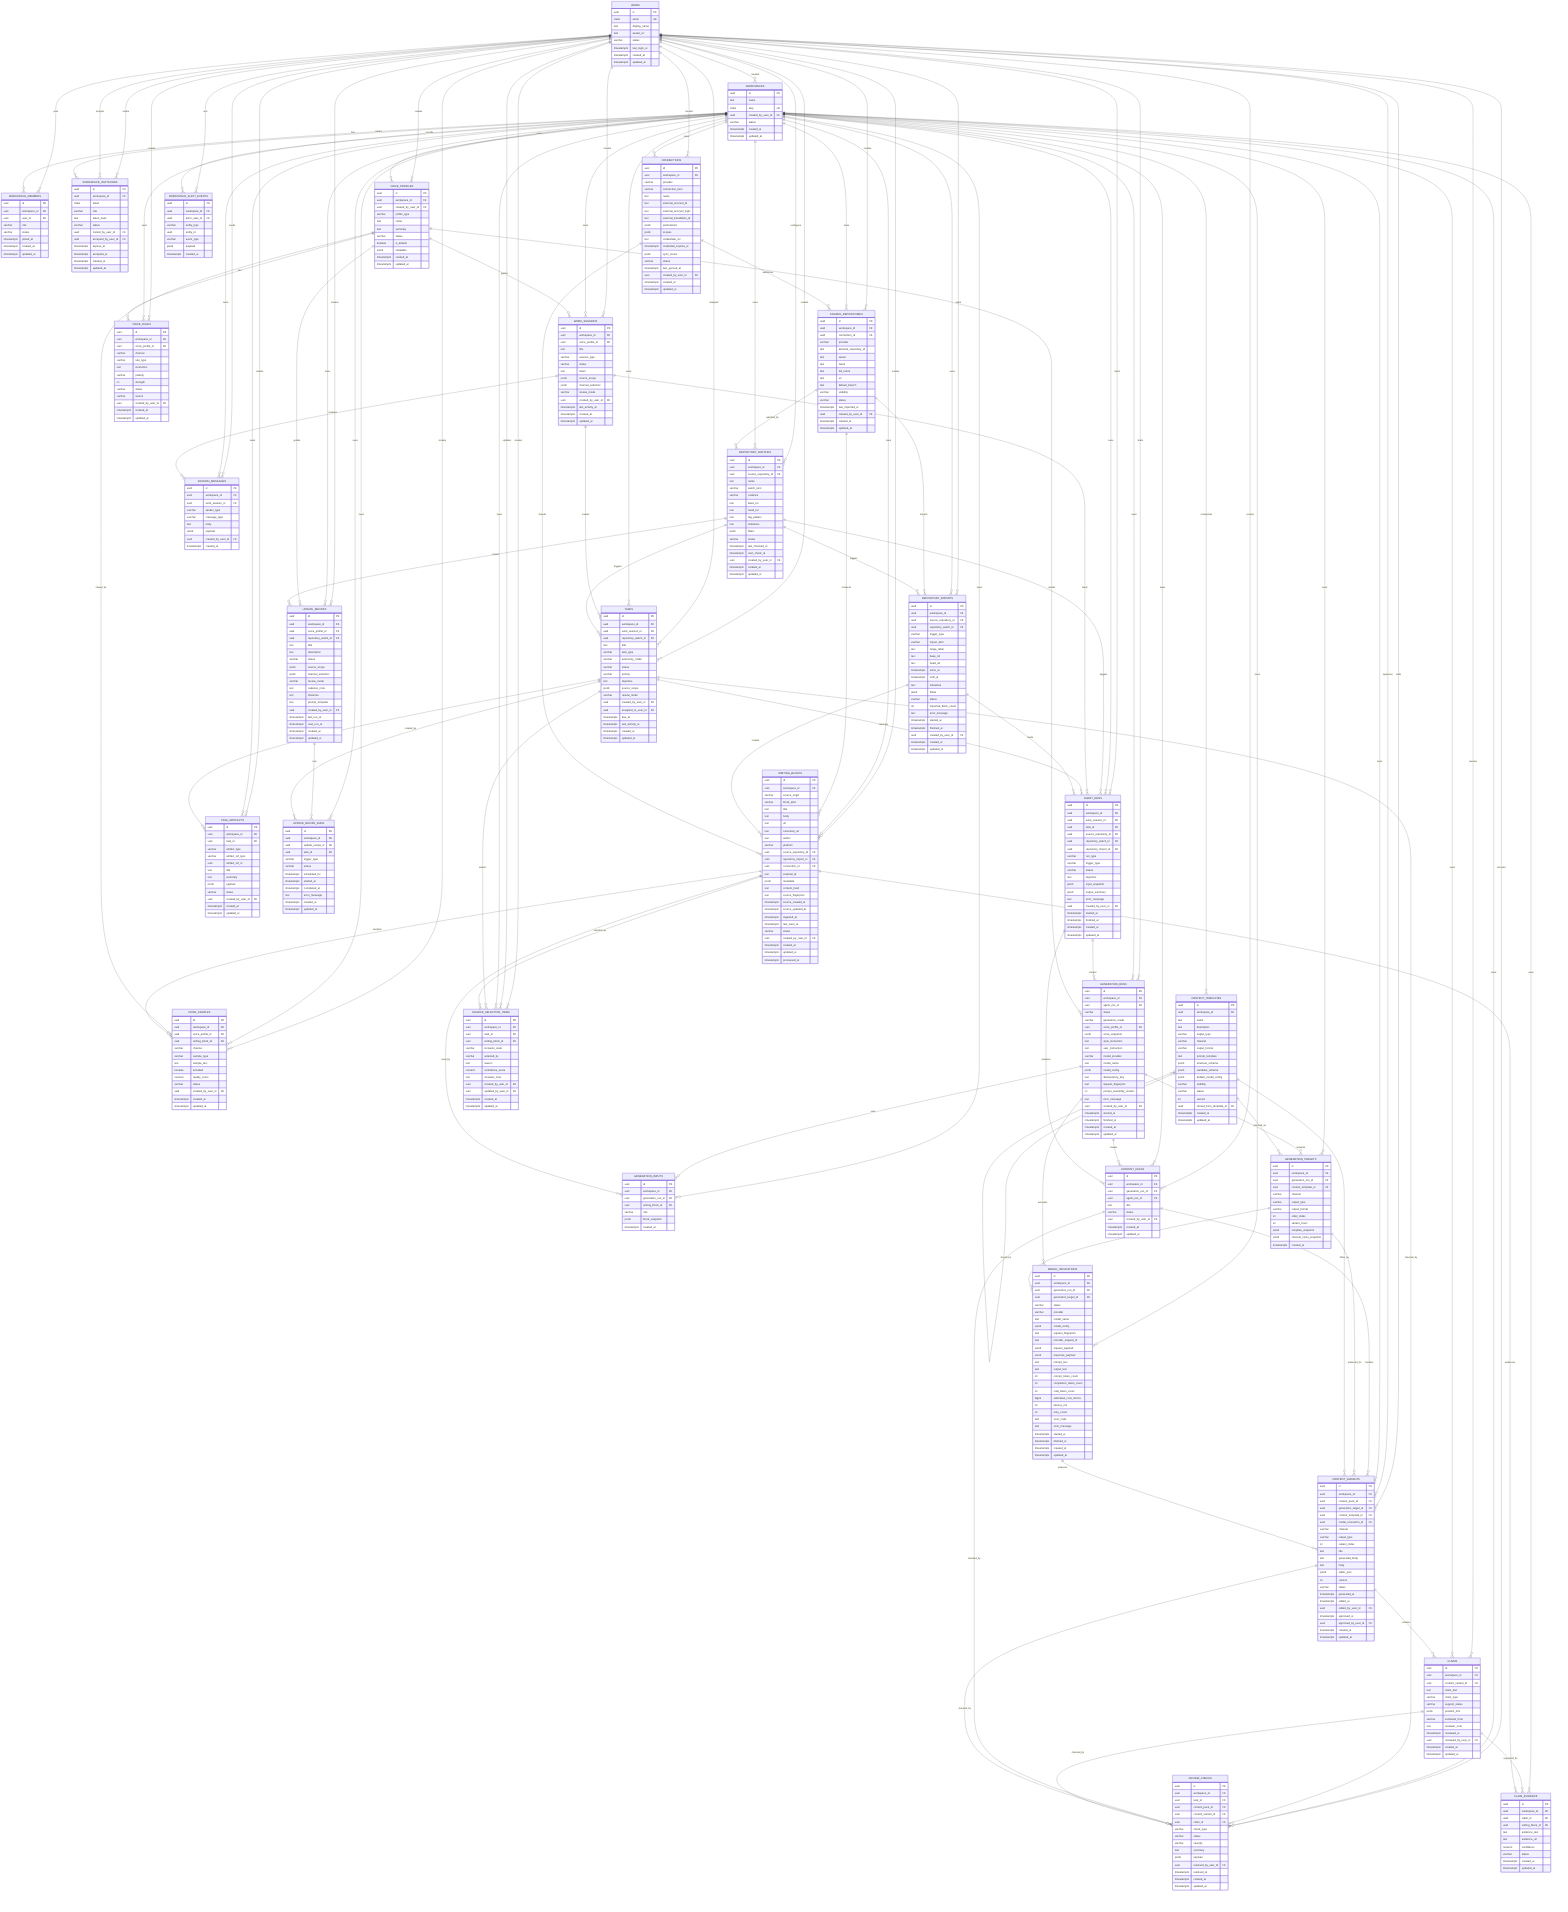
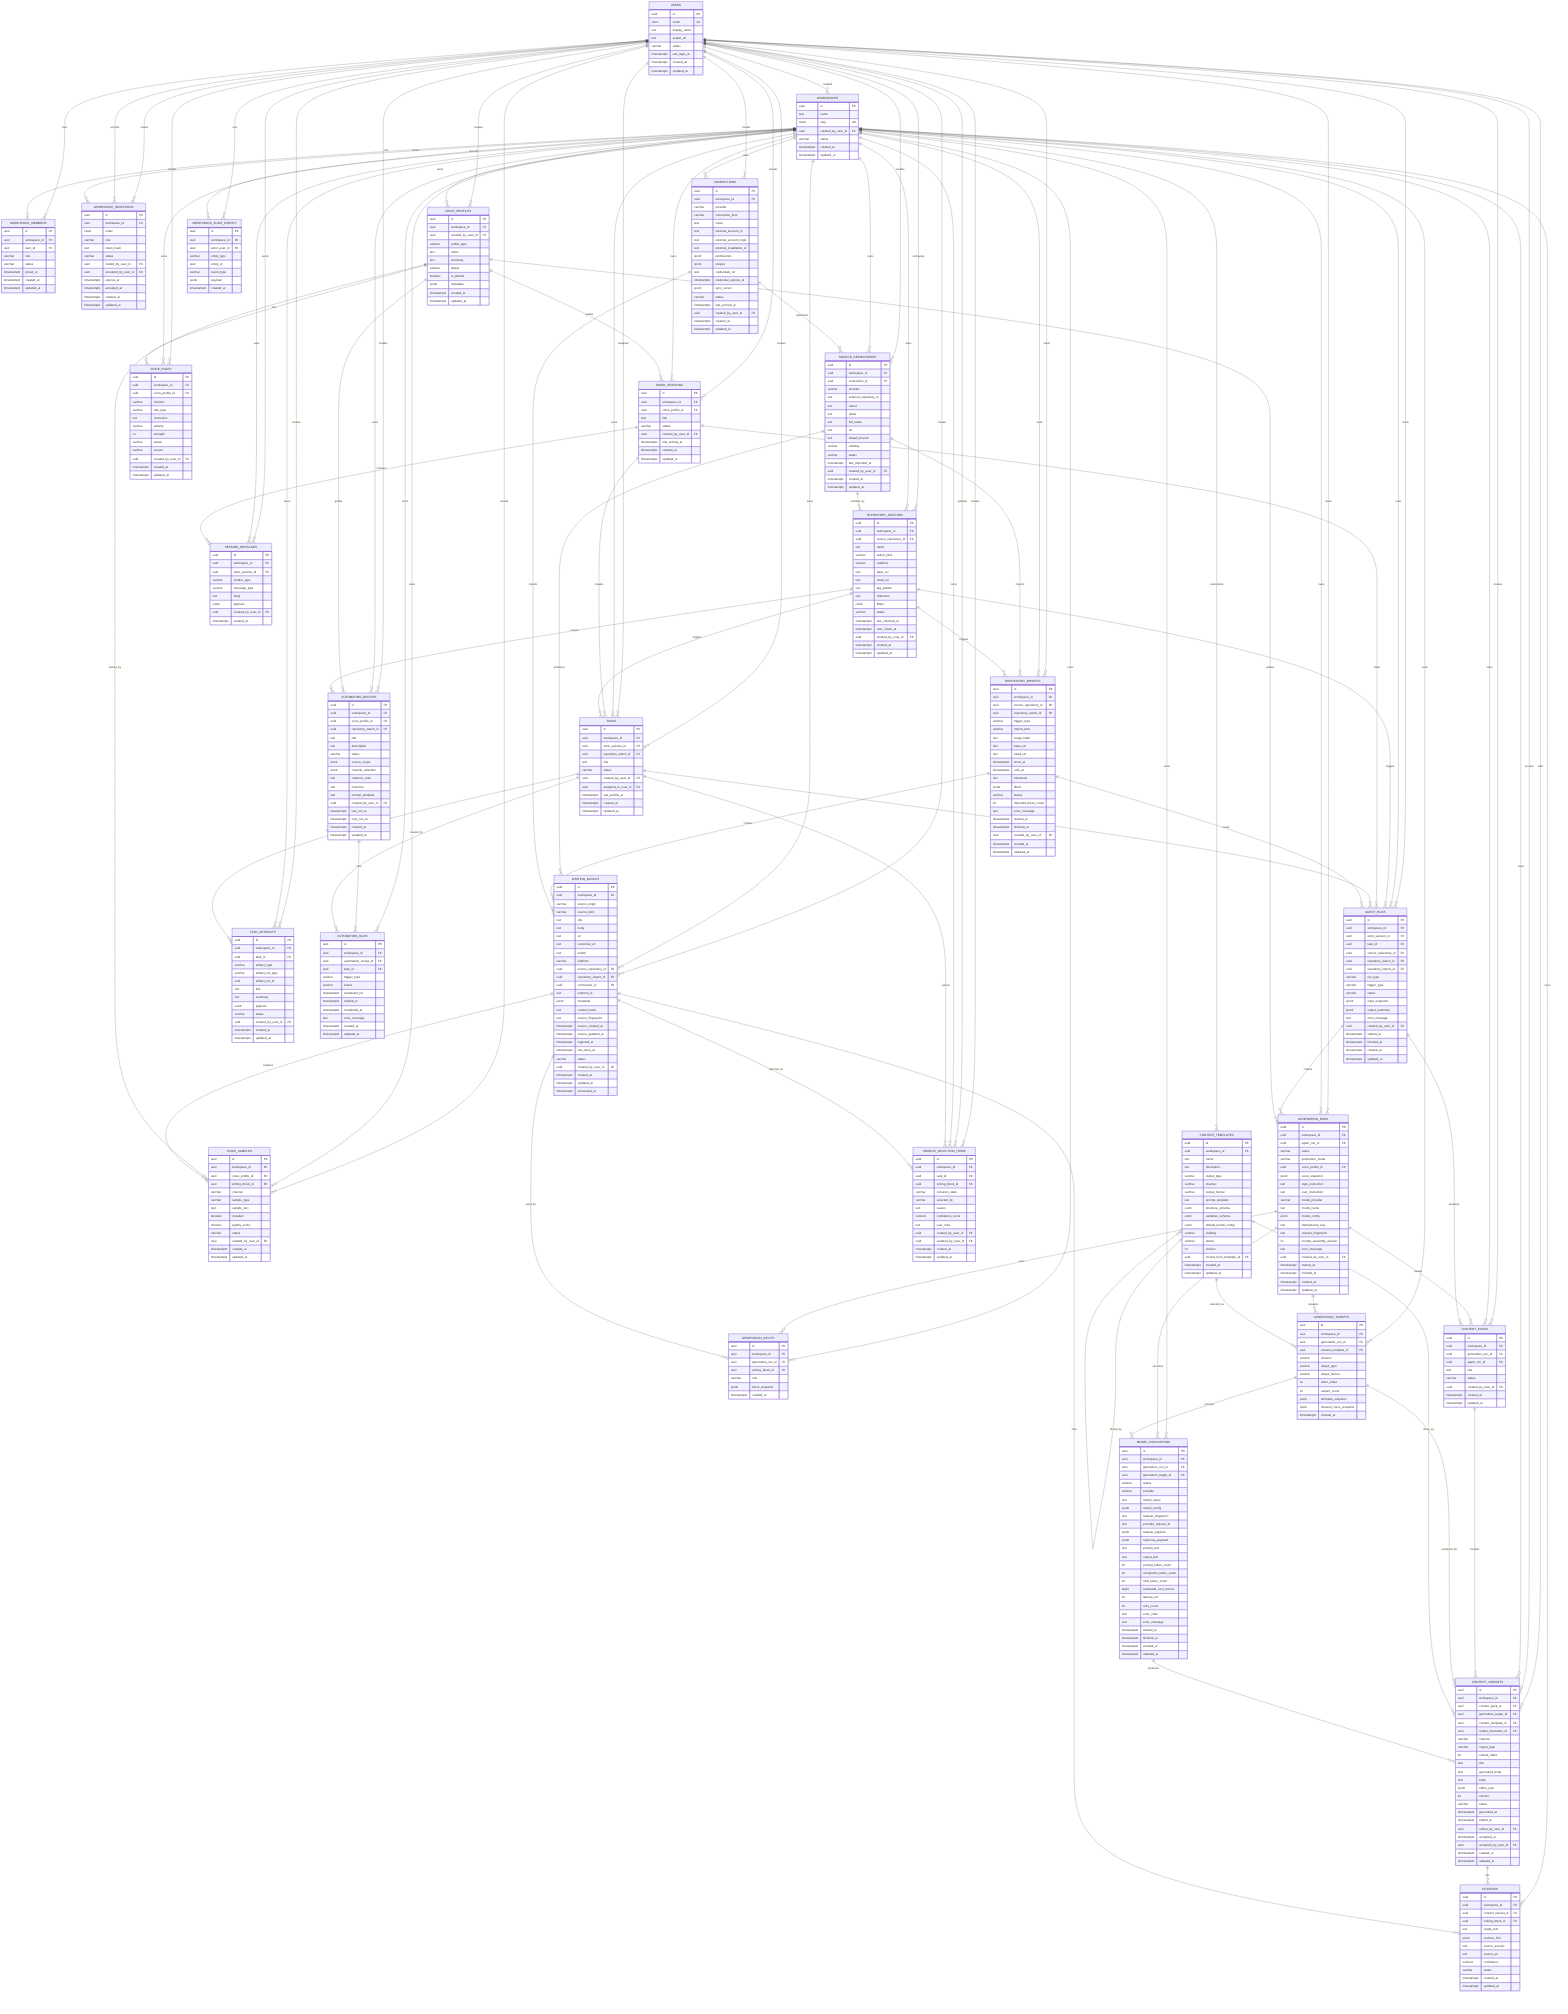
erDiagram
    USERS {
        uuid id PK
        citext email UK
        text display_name
        text avatar_url
        varchar status
        timestamptz last_login_at
        timestamptz created_at
        timestamptz updated_at
    }

    WORKSPACES {
        uuid id PK
        text name
        citext slug UK
        uuid created_by_user_id FK
        varchar status
        timestamptz created_at
        timestamptz updated_at
    }

    WORKSPACE_MEMBERS {
        uuid id PK
        uuid workspace_id FK
        uuid user_id FK
        varchar role
        varchar status
        timestamptz joined_at
        timestamptz created_at
        timestamptz updated_at
    }

    WORKSPACE_INVITATIONS {
        uuid id PK
        uuid workspace_id FK
        citext email
        varchar role
        text token_hash
        varchar status
        uuid invited_by_user_id FK
        uuid accepted_by_user_id FK
        timestamptz expires_at
        timestamptz accepted_at
        timestamptz created_at
        timestamptz updated_at
    }

    SOURCE_REPOSITORIES {
        uuid id PK
        uuid workspace_id FK
        uuid connection_id FK
        varchar provider
        text external_repository_id
        text owner
        text name
        text full_name
        text url
        text default_branch
        varchar visibility
        varchar status
        timestamptz last_imported_at
        uuid created_by_user_id FK
        timestamptz created_at
        timestamptz updated_at
    }

    REPOSITORY_WATCHES {
        uuid id PK
        uuid workspace_id FK
        uuid source_repository_id FK
        text name
        varchar watch_kind
        varchar cadence
        text base_ref
        text head_ref
        text tag_pattern
        text milestone
        jsonb filters
        varchar status
        timestamptz last_checked_at
        timestamptz next_check_at
        uuid created_by_user_id FK
        timestamptz created_at
        timestamptz updated_at
    }

    REPOSITORY_IMPORTS {
        uuid id PK
        uuid workspace_id FK
        uuid source_repository_id FK
        uuid repository_watch_id FK
        varchar trigger_type
        varchar import_kind
        text range_label
        text base_ref
        text head_ref
        timestamptz since_at
        timestamptz until_at
        text milestone
        jsonb filters
        varchar status
        int imported_block_count
        text error_message
        timestamptz started_at
        timestamptz finished_at
        uuid created_by_user_id FK
        timestamptz created_at
        timestamptz updated_at
    }

    CONNECTIONS {
        uuid id PK
        uuid workspace_id FK
        varchar provider
        varchar connection_kind
        text name
        text external_account_id
        text external_account_login
        text external_installation_id
        jsonb permissions
        jsonb scopes
        text credentials_ref
        timestamptz credential_expires_at
        jsonb sync_cursor
        varchar status
        timestamptz last_synced_at
        uuid created_by_user_id FK
        timestamptz created_at
        timestamptz updated_at
    }

    WRITING_BLOCKS {
        uuid id PK
        uuid workspace_id FK
        varchar source_origin
-         varchar block_kind
+         varchar source_kind
        text title
        text body
        text url
        text canonical_url
        text author
        varchar platform
        uuid source_repository_id FK
        uuid repository_import_id FK
        uuid connection_id FK
        text external_id
        jsonb metadata
        text content_hash
        text source_fingerprint
        timestamptz source_created_at
        timestamptz source_updated_at
        timestamptz ingested_at
        timestamptz last_seen_at
        varchar status
        uuid created_by_user_id FK
        timestamptz created_at
        timestamptz updated_at
        timestamptz processed_at
    }

    VOICE_PROFILES {
        uuid id PK
        uuid workspace_id FK
        uuid created_by_user_id FK
        varchar profile_type
        text name
        text summary
        varchar status
        boolean is_default
        jsonb metadata
        timestamptz created_at
        timestamptz updated_at
    }

    VOICE_SAMPLES {
        uuid id PK
        uuid workspace_id FK
        uuid voice_profile_id FK
        uuid writing_block_id FK
        varchar channel
        varchar sample_type
        text sample_text
        boolean included
        numeric quality_score
        varchar status
        uuid created_by_user_id FK
        timestamptz created_at
        timestamptz updated_at
    }

    VOICE_RULES {
        uuid id PK
        uuid workspace_id FK
        uuid voice_profile_id FK
        varchar channel
        varchar rule_type
        text instruction
        varchar polarity
        int strength
        varchar status
        varchar source
        uuid created_by_user_id FK
        timestamptz created_at
        timestamptz updated_at
    }

    CONTENT_TEMPLATES {
        uuid id PK
        uuid workspace_id FK
        text name
        text description
        varchar output_type
        varchar channel
        varchar output_format
        text prompt_template
        jsonb structure_schema
        jsonb variables_schema
        jsonb default_model_config
        varchar visibility
        varchar status
        int version
        uuid cloned_from_template_id FK
        timestamptz created_at
        timestamptz updated_at
    }

    WORK_SESSIONS {
        uuid id PK
        uuid workspace_id FK
        uuid voice_profile_id FK
        text title
-         varchar session_type
-         varchar status
-         text intent
-         jsonb source_scope
-         jsonb channel_selection
-         varchar review_mode
+         varchar status
        uuid created_by_user_id FK
        timestamptz last_activity_at
        timestamptz created_at
        timestamptz updated_at
    }

    SESSION_MESSAGES {
        uuid id PK
        uuid workspace_id FK
        uuid work_session_id FK
        varchar sender_type
        varchar message_type
        text body
        jsonb payload
        uuid created_by_user_id FK
        timestamptz created_at
    }

    TASKS {
        uuid id PK
        uuid workspace_id FK
        uuid work_session_id FK
        uuid repository_watch_id FK
        text title
-         varchar task_type
-         varchar autonomy_mode
-         varchar status
-         varchar priority
-         text objective
-         jsonb source_scope
-         varchar review_mode
+         varchar status
        uuid created_by_user_id FK
        uuid assigned_to_user_id FK
-         timestamptz due_at
        timestamptz last_activity_at
        timestamptz created_at
        timestamptz updated_at
    }

    TASK_ARTIFACTS {
        uuid id PK
        uuid workspace_id FK
        uuid task_id FK
        varchar artifact_type
        varchar artifact_ref_type
        uuid artifact_ref_id
        text title
        text summary
        jsonb payload
        varchar status
        uuid created_by_user_id FK
        timestamptz created_at
        timestamptz updated_at
    }

    SOURCE_SELECTION_ITEMS {
        uuid id PK
        uuid workspace_id FK
        uuid task_id FK
        uuid writing_block_id FK
        varchar inclusion_state
        varchar selected_by
        text reason
        numeric confidence_score
-         text reviewer_note
+         text user_note
        uuid created_by_user_id FK
        uuid updated_by_user_id FK
        timestamptz created_at
        timestamptz updated_at
    }

-     REVIEW_CHECKS {
-         uuid id PK
-         uuid workspace_id FK
-         uuid task_id FK
-         uuid content_pack_id FK
-         uuid content_variant_id FK
-         uuid claim_id FK
-         varchar check_type
-         varchar status
-         varchar severity
-         text summary
-         jsonb payload
-         uuid resolved_by_user_id FK
-         timestamptz resolved_at
-         timestamptz created_at
-         timestamptz updated_at
-     }
- 
-     UPDATE_RECIPES {
+     AUTOMATION_RECIPES {
        uuid id PK
        uuid workspace_id FK
        uuid voice_profile_id FK
        uuid repository_watch_id FK
        text title
        text description
        varchar status
        jsonb source_scope
        jsonb channel_selection
-         varchar review_mode
        text cadence_rrule
        text timezone
        text prompt_template
        uuid created_by_user_id FK
        timestamptz last_run_at
        timestamptz next_run_at
        timestamptz created_at
        timestamptz updated_at
    }

-     UPDATE_RECIPE_RUNS {
-         uuid id PK
-         uuid workspace_id FK
-         uuid update_recipe_id FK
+     AUTOMATION_RUNS {
+         uuid id PK
+         uuid workspace_id FK
+         uuid automation_recipe_id FK
        uuid task_id FK
        varchar trigger_type
        varchar status
        timestamptz scheduled_for
        timestamptz started_at
        timestamptz completed_at
        text error_message
        timestamptz created_at
        timestamptz updated_at
    }

    AGENT_RUNS {
        uuid id PK
        uuid workspace_id FK
        uuid work_session_id FK
        uuid task_id FK
        uuid source_repository_id FK
        uuid repository_watch_id FK
        uuid repository_import_id FK
        varchar run_type
        varchar trigger_type
        varchar status
-         text objective
        jsonb input_snapshot
        jsonb output_summary
        text error_message
        uuid created_by_user_id FK
        timestamptz started_at
        timestamptz finished_at
        timestamptz created_at
        timestamptz updated_at
    }

    GENERATION_RUNS {
        uuid id PK
        uuid workspace_id FK
        uuid agent_run_id FK
        varchar status
        varchar generation_mode
        uuid voice_profile_id FK
        jsonb voice_snapshot
        text style_instruction
        text user_instruction
        varchar model_provider
        text model_name
        jsonb model_config
        text idempotency_key
        text request_fingerprint
        int prompt_assembly_version
        text error_message
        uuid created_by_user_id FK
        timestamptz started_at
        timestamptz finished_at
        timestamptz created_at
        timestamptz updated_at
    }

    GENERATION_INPUTS {
        uuid id PK
        uuid workspace_id FK
        uuid generation_run_id FK
        uuid writing_block_id FK
        varchar role
        jsonb block_snapshot
        timestamptz created_at
    }

    GENERATION_TARGETS {
        uuid id PK
        uuid workspace_id FK
        uuid generation_run_id FK
        uuid content_template_id FK
        varchar channel
        varchar output_type
        varchar output_format
        int order_index
        int variant_count
        jsonb template_snapshot
        jsonb channel_voice_snapshot
        timestamptz created_at
    }

    MODEL_INVOCATIONS {
        uuid id PK
        uuid workspace_id FK
        uuid generation_run_id FK
        uuid generation_target_id FK
        varchar status
        varchar provider
        text model_name
        jsonb model_config
        text request_fingerprint
        text provider_request_id
        jsonb request_payload
        jsonb response_payload
        text prompt_text
        text output_text
        int prompt_token_count
        int completion_token_count
        int total_token_count
        bigint estimated_cost_micros
        int latency_ms
        int retry_count
        text error_code
        text error_message
        timestamptz started_at
        timestamptz finished_at
        timestamptz created_at
        timestamptz updated_at
    }

    CONTENT_PACKS {
        uuid id PK
        uuid workspace_id FK
        uuid generation_run_id FK
        uuid agent_run_id FK
        text title
        varchar status
        uuid created_by_user_id FK
        timestamptz created_at
        timestamptz updated_at
    }

    CONTENT_VARIANTS {
        uuid id PK
        uuid workspace_id FK
        uuid content_pack_id FK
        uuid generation_target_id FK
        uuid content_template_id FK
        uuid model_invocation_id FK
        varchar channel
        varchar output_type
        int variant_index
        text title
        text generated_body
        text body
        jsonb editor_json
        int version
        varchar status
        timestamptz generated_at
        timestamptz edited_at
        uuid edited_by_user_id FK
-         timestamptz approved_at
-         uuid approved_by_user_id FK
-         timestamptz created_at
-         timestamptz updated_at
-     }
- 
-     CLAIMS {
+         timestamptz accepted_at
+         uuid accepted_by_user_id FK
+         timestamptz created_at
+         timestamptz updated_at
+     }
+ 
+     CITATIONS {
        uuid id PK
        uuid workspace_id FK
        uuid content_variant_id FK
-         text claim_text
-         varchar claim_type
-         varchar support_status
+         uuid writing_block_id FK
+         text target_text
        jsonb position_hint
-         varchar extracted_from
-         text reviewer_note
-         timestamptz reviewed_at
-         uuid reviewed_by_user_id FK
-         timestamptz created_at
-         timestamptz updated_at
-     }
- 
-     CLAIM_EVIDENCE {
-         uuid id PK
-         uuid workspace_id FK
-         uuid claim_id FK
-         uuid writing_block_id FK
-         text evidence_text
-         text evidence_url
+         text source_excerpt
+         text source_url
        numeric confidence
        varchar status
        timestamptz created_at
        timestamptz updated_at
    }

    WORKSPACE_AUDIT_EVENTS {
        uuid id PK
        uuid workspace_id FK
        uuid actor_user_id FK
        varchar entity_type
        uuid entity_id
        varchar event_type
        jsonb payload
        timestamptz created_at
    }

    USERS ||--o{ WORKSPACES : created
    USERS ||--o{ WORKSPACE_MEMBERS : joins
    USERS ||--o{ WORKSPACE_INVITATIONS : invites
    USERS ||--o{ WORKSPACE_INVITATIONS : accepts
    USERS ||--o{ SOURCE_REPOSITORIES : creates
    USERS ||--o{ REPOSITORY_WATCHES : configures
    USERS ||--o{ REPOSITORY_IMPORTS : starts
    USERS ||--o{ CONNECTIONS : creates
    USERS ||--o{ WRITING_BLOCKS : creates
    USERS ||--o{ VOICE_PROFILES : creates
    USERS ||--o{ VOICE_SAMPLES : creates
    USERS ||--o{ VOICE_RULES : creates
    USERS ||--o{ WORK_SESSIONS : creates
    USERS ||--o{ SESSION_MESSAGES : sends
    USERS ||--o{ TASKS : creates
    USERS ||--o{ TASKS : assigned
    USERS ||--o{ TASK_ARTIFACTS : creates
    USERS ||--o{ SOURCE_SELECTION_ITEMS : creates
    USERS ||--o{ SOURCE_SELECTION_ITEMS : updates
-     USERS ||--o{ REVIEW_CHECKS : resolves
-     USERS ||--o{ UPDATE_RECIPES : creates
+     USERS ||--o{ AUTOMATION_RECIPES : creates
    USERS ||--o{ AGENT_RUNS : starts
    USERS ||--o{ GENERATION_RUNS : starts
    USERS ||--o{ CONTENT_PACKS : creates
    USERS ||--o{ CONTENT_VARIANTS : edits
-     USERS ||--o{ CONTENT_VARIANTS : approves
-     USERS ||--o{ CLAIMS : reviews
+     USERS ||--o{ CONTENT_VARIANTS : accepts
    USERS ||--o{ WORKSPACE_AUDIT_EVENTS : acts

    WORKSPACES ||--o{ WORKSPACE_MEMBERS : has
    WORKSPACES ||--o{ WORKSPACE_INVITATIONS : invites
    WORKSPACES ||--o{ SOURCE_REPOSITORIES : owns
    WORKSPACES ||--o{ REPOSITORY_WATCHES : owns
    WORKSPACES ||--o{ REPOSITORY_IMPORTS : owns
    WORKSPACES ||--o{ CONNECTIONS : owns
    WORKSPACES ||--o{ WRITING_BLOCKS : owns
    WORKSPACES ||--o{ VOICE_PROFILES : owns
    WORKSPACES ||--o{ VOICE_SAMPLES : owns
    WORKSPACES ||--o{ VOICE_RULES : owns
    WORKSPACES ||--o{ CONTENT_TEMPLATES : customizes
    WORKSPACES ||--o{ WORK_SESSIONS : owns
    WORKSPACES ||--o{ SESSION_MESSAGES : owns
    WORKSPACES ||--o{ TASKS : owns
    WORKSPACES ||--o{ TASK_ARTIFACTS : owns
    WORKSPACES ||--o{ SOURCE_SELECTION_ITEMS : owns
-     WORKSPACES ||--o{ REVIEW_CHECKS : owns
-     WORKSPACES ||--o{ UPDATE_RECIPES : owns
-     WORKSPACES ||--o{ UPDATE_RECIPE_RUNS : owns
+     WORKSPACES ||--o{ AUTOMATION_RECIPES : owns
+     WORKSPACES ||--o{ AUTOMATION_RUNS : owns
    WORKSPACES ||--o{ AGENT_RUNS : owns
    WORKSPACES ||--o{ GENERATION_RUNS : owns
    WORKSPACES ||--o{ GENERATION_INPUTS : owns
    WORKSPACES ||--o{ GENERATION_TARGETS : owns
    WORKSPACES ||--o{ MODEL_INVOCATIONS : owns
    WORKSPACES ||--o{ CONTENT_PACKS : owns
    WORKSPACES ||--o{ CONTENT_VARIANTS : owns
-     WORKSPACES ||--o{ CLAIMS : owns
-     WORKSPACES ||--o{ CLAIM_EVIDENCE : owns
+     WORKSPACES ||--o{ CITATIONS : owns
    WORKSPACES ||--o{ WORKSPACE_AUDIT_EVENTS : records

    CONNECTIONS ||--o{ SOURCE_REPOSITORIES : authorizes
    SOURCE_REPOSITORIES ||--o{ REPOSITORY_WATCHES : watched_by
    SOURCE_REPOSITORIES ||--o{ REPOSITORY_IMPORTS : imports
    REPOSITORY_WATCHES ||--o{ REPOSITORY_IMPORTS : triggers
    SOURCE_REPOSITORIES ||--o{ WRITING_BLOCKS : produces
    REPOSITORY_IMPORTS ||--o{ WRITING_BLOCKS : creates
    CONNECTIONS ||--o{ WRITING_BLOCKS : imports
    VOICE_PROFILES ||--o{ VOICE_SAMPLES : trained_by
    WRITING_BLOCKS ||--o{ VOICE_SAMPLES : samples
    VOICE_PROFILES ||--o{ VOICE_RULES : has
    CONTENT_TEMPLATES ||--o{ CONTENT_TEMPLATES : cloned_by

    VOICE_PROFILES ||--o{ WORK_SESSIONS : guides
    WORK_SESSIONS ||--o{ SESSION_MESSAGES : contains
    WORK_SESSIONS ||--o{ TASKS : creates
    REPOSITORY_WATCHES ||--o{ TASKS : triggers
    TASKS ||--o{ TASK_ARTIFACTS : produces
    TASKS ||--o{ SOURCE_SELECTION_ITEMS : selects
    WRITING_BLOCKS ||--o{ SOURCE_SELECTION_ITEMS : selected_as
-     TASKS ||--o{ REVIEW_CHECKS : checked_by
-     CONTENT_PACKS ||--o{ REVIEW_CHECKS : checked_by
-     CONTENT_VARIANTS ||--o{ REVIEW_CHECKS : checked_by
-     CLAIMS ||--o{ REVIEW_CHECKS : checked_by
-     VOICE_PROFILES ||--o{ UPDATE_RECIPES : guides
-     REPOSITORY_WATCHES ||--o{ UPDATE_RECIPES : scopes
-     UPDATE_RECIPES ||--o{ UPDATE_RECIPE_RUNS : runs
-     TASKS ||--o{ UPDATE_RECIPE_RUNS : created_by
+     VOICE_PROFILES ||--o{ AUTOMATION_RECIPES : guides
+     REPOSITORY_WATCHES ||--o{ AUTOMATION_RECIPES : scopes
+     AUTOMATION_RECIPES ||--o{ AUTOMATION_RUNS : runs
+     TASKS ||--o{ AUTOMATION_RUNS : created_by

    REPOSITORY_WATCHES ||--o{ AGENT_RUNS : triggers
    WORK_SESSIONS ||--o{ AGENT_RUNS : starts
    TASKS ||--o{ AGENT_RUNS : executes
    REPOSITORY_IMPORTS ||--o{ AGENT_RUNS : feeds
    AGENT_RUNS ||--o{ GENERATION_RUNS : creates
    VOICE_PROFILES ||--o{ GENERATION_RUNS : guides
    GENERATION_RUNS ||--o{ GENERATION_INPUTS : uses
    WRITING_BLOCKS ||--o{ GENERATION_INPUTS : used_by
    GENERATION_RUNS ||--o{ GENERATION_TARGETS : requests
    CONTENT_TEMPLATES ||--o{ GENERATION_TARGETS : selected_as
    GENERATION_RUNS ||--o{ MODEL_INVOCATIONS : executes
    GENERATION_TARGETS ||--o{ MODEL_INVOCATIONS : prompts
    GENERATION_RUNS ||--o{ CONTENT_PACKS : creates
    AGENT_RUNS ||--o{ CONTENT_PACKS : prepares
    CONTENT_PACKS ||--o{ CONTENT_VARIANTS : contains
    GENERATION_TARGETS ||--o{ CONTENT_VARIANTS : produced_for
    CONTENT_TEMPLATES ||--o{ CONTENT_VARIANTS : filters_by
    MODEL_INVOCATIONS ||--o{ CONTENT_VARIANTS : produces
-     CONTENT_VARIANTS ||--o{ CLAIMS : contains
-     CLAIMS ||--o{ CLAIM_EVIDENCE : supported_by
-     WRITING_BLOCKS ||--o{ CLAIM_EVIDENCE : evidences
+     CONTENT_VARIANTS ||--o{ CITATIONS : has
+     WRITING_BLOCKS ||--o{ CITATIONS : cites
